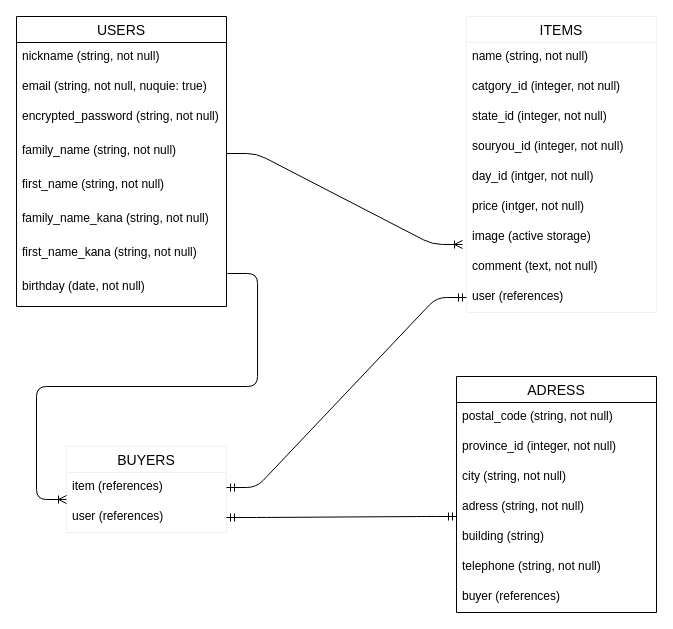
Earlier version of the draw.io diagram ER.dio (crayon356/furima-31966). Source tidied: cells renumbered, new cells numbered last; positions are measured from the earlier drawing's top-left corner, leaving out a move shared by most shapes. Both pictures are drawn from the tidied source at 100%, with x=0, y=0 at pixel (16, 16).
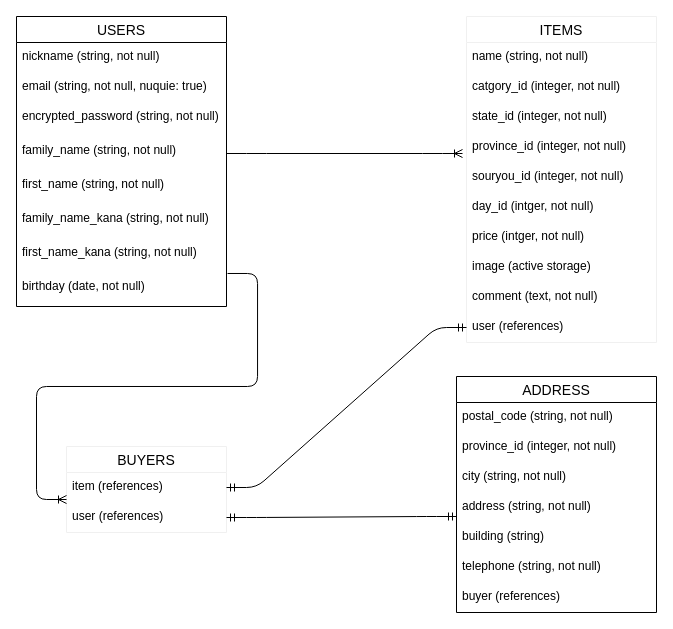
Above is the later version.

The change refers to these unchanged cells:
```xml
<mxCell id="6" value="family_name (string, not null)" style="text;strokeColor=none;fillColor=none;spacingLeft=4;spacingRight=4;overflow=hidden;points=[[0,0.5],[1,0.5]];portConstraint=eastwest;fontSize=12;" parent="2" vertex="1">
  <mxGeometry y="120" width="210" height="34" as="geometry" />
</mxCell>
```

Change to the diagram source:
```diff
@@
     <mxCell id="11" value="ITEMS" style="swimlane;fontStyle=0;horizontal=1;startSize=26;align=center;fontSize=14;strokeColor=#f0f0f0;" parent="1" vertex="1">
-      <mxGeometry x="450" width="190" height="296" as="geometry" />
+      <mxGeometry x="450" width="190" height="326" as="geometry" />
     </mxCell>
@@
+    <mxCell id="36" value="province_id (integer, not null)" style="text;strokeColor=none;fillColor=none;spacingLeft=4;spacingRight=4;overflow=hidden;fontSize=12;" parent="11" vertex="1">
+      <mxGeometry y="116" width="190" height="30" as="geometry" />
+    </mxCell>
     <mxCell id="15" value="souryou_id (integer, not null)" style="text;strokeColor=none;fillColor=none;spacingLeft=4;spacingRight=4;overflow=hidden;fontSize=12;" parent="11" vertex="1">
-      <mxGeometry y="116" width="190" height="30" as="geometry" />
+      <mxGeometry y="146" width="190" height="30" as="geometry" />
     </mxCell>
     <mxCell id="16" value="day_id (intger, not null)" style="text;strokeColor=none;fillColor=none;spacingLeft=4;spacingRight=4;overflow=hidden;fontSize=12;" parent="11" vertex="1">
-      <mxGeometry y="146" width="190" height="30" as="geometry" />
+      <mxGeometry y="176" width="190" height="30" as="geometry" />
     </mxCell>
     <mxCell id="17" value="price (intger, not null)" style="text;strokeColor=none;fillColor=none;spacingLeft=4;spacingRight=4;overflow=hidden;fontSize=12;" parent="11" vertex="1">
-      <mxGeometry y="176" width="190" height="30" as="geometry" />
+      <mxGeometry y="206" width="190" height="30" as="geometry" />
     </mxCell>
     <mxCell id="18" value="image (active storage)" style="text;strokeColor=none;fillColor=none;spacingLeft=4;spacingRight=4;overflow=hidden;points=[[0,0.5],[1,0.5]];portConstraint=eastwest;fontSize=12;" parent="11" vertex="1">
-      <mxGeometry y="206" width="190" height="30" as="geometry" />
+      <mxGeometry y="236" width="190" height="30" as="geometry" />
     </mxCell>
     <mxCell id="19" value="comment (text, not null)" style="text;strokeColor=none;fillColor=none;spacingLeft=4;spacingRight=4;overflow=hidden;fontSize=12;" parent="11" vertex="1">
-      <mxGeometry y="236" width="190" height="30" as="geometry" />
+      <mxGeometry y="266" width="190" height="30" as="geometry" />
     </mxCell>
     <mxCell id="20" value="user (references)" style="text;strokeColor=none;fillColor=none;spacingLeft=4;spacingRight=4;overflow=hidden;points=[[0,0.5],[1,0.5]];portConstraint=eastwest;fontSize=12;" parent="11" vertex="1">
-      <mxGeometry y="266" width="190" height="30" as="geometry" />
+      <mxGeometry y="296" width="190" height="30" as="geometry" />
     </mxCell>
@@
-    <mxCell id="24" value="ADRESS" style="swimlane;fontStyle=0;horizontal=1;startSize=26;align=center;fontSize=14;" parent="1" vertex="1">
+    <mxCell id="24" value="ADDRESS" style="swimlane;fontStyle=0;horizontal=1;startSize=26;align=center;fontSize=14;" parent="1" vertex="1">
       <mxGeometry x="440" y="360" width="200" height="236" as="geometry" />
     </mxCell>
@@
-    <mxCell id="28" value="adress (string, not null)" style="text;strokeColor=none;fillColor=none;spacingLeft=4;spacingRight=4;overflow=hidden;fontSize=12;" parent="24" vertex="1">
+    <mxCell id="28" value="address (string, not null)" style="text;strokeColor=none;fillColor=none;spacingLeft=4;spacingRight=4;overflow=hidden;fontSize=12;" parent="24" vertex="1">
       <mxGeometry y="116" width="200" height="30" as="geometry" />
     </mxCell>
@@
-    <mxCell id="32" style="edgeStyle=entityRelationEdgeStyle;fontSize=12;html=1;endArrow=ERoneToMany;exitX=1;exitY=0.5;exitDx=0;exitDy=0;entryX=-0.021;entryY=0.733;entryDx=0;entryDy=0;entryPerimeter=0;" parent="1" edge="1" source="6" target="18">
-      <mxGeometry relative="1" as="geometry" />
+    <mxCell id="32" style="edgeStyle=entityRelationEdgeStyle;fontSize=12;html=1;endArrow=ERoneToMany;exitX=1;exitY=0.5;exitDx=0;exitDy=0;" parent="1" edge="1" source="6">
+      <mxGeometry relative="1" as="geometry">
+        <mxPoint x="446" y="137" as="targetPoint" />
+      </mxGeometry>
     </mxCell>
```
